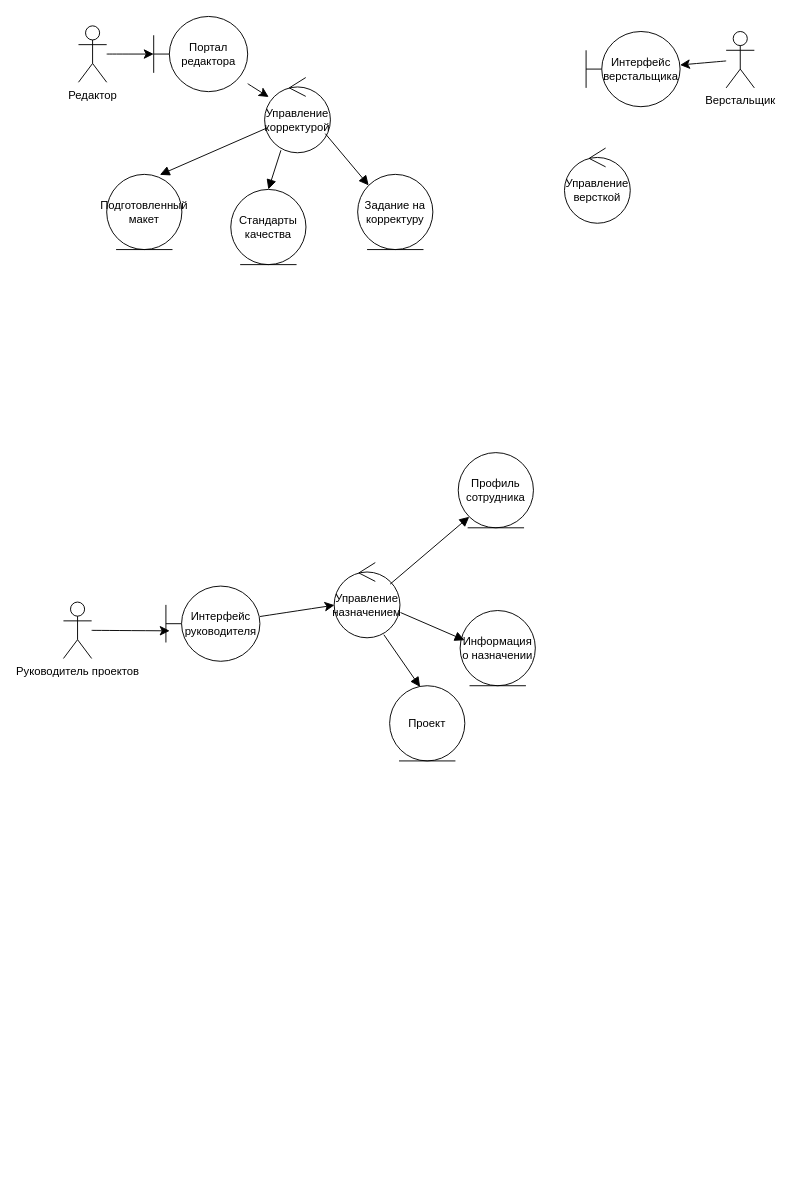
Above: ortps_4_0.drawio in danaddi/draw.io (draw.io), before the change. Source tidied: cells renumbered, new cells numbered last; positions are measured from the earlier drawing's top-left corner, leaving out a move shared by most shapes. Both pictures are drawn from the tidied source at 94%, with x=0, y=0 at pixel (63, 16).
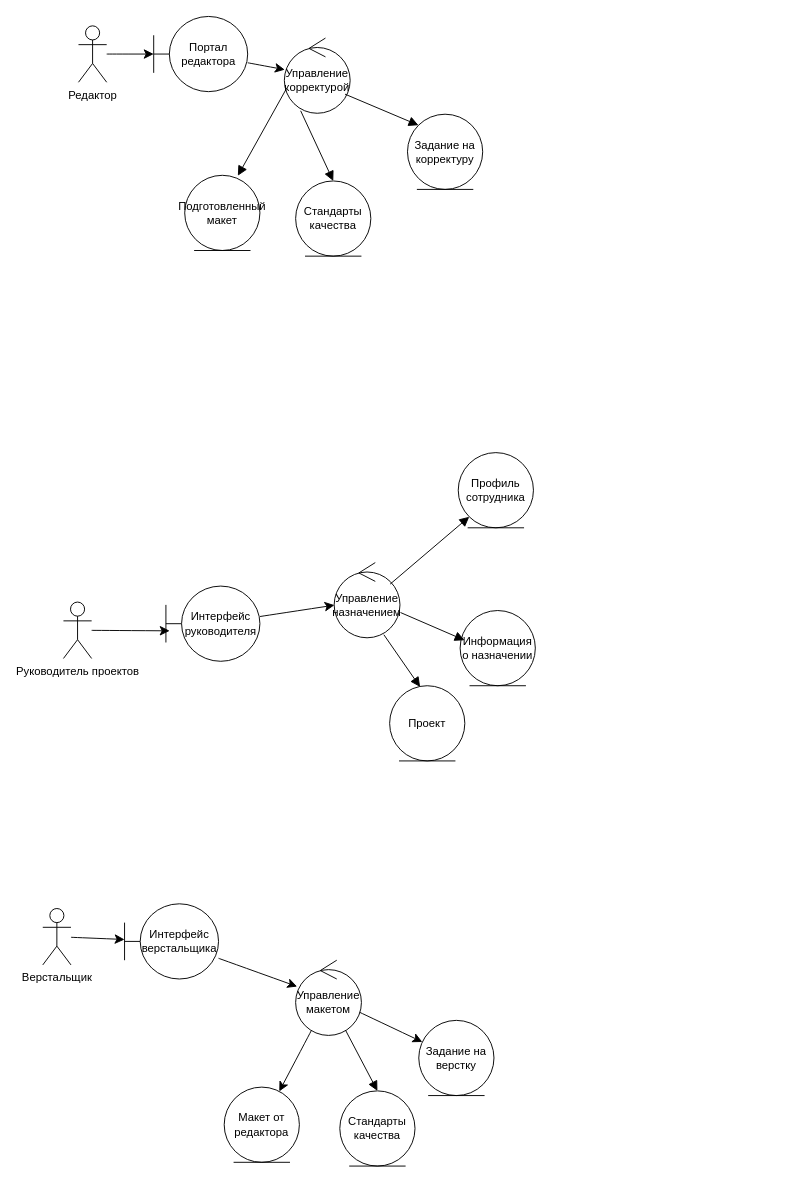
Above is the later version.

Diff of the diagram source:
```diff
@@
     <mxCell id="9" value="Верстальщик" style="shape=umlActor;verticalLabelPosition=bottom;verticalAlign=top;html=1;" parent="1" vertex="1">
-      <mxGeometry x="705" y="16" width="30" height="60" as="geometry" />
+      <mxGeometry x="-22" y="949" width="30" height="60" as="geometry" />
     </mxCell>
@@
+    <mxCell id="28" style="edgeStyle=none;curved=1;rounded=0;jettySize=auto;html=1;fontSize=12;startSize=8;endSize=8;" parent="1" edge="1" source="12" target="14">
+      <mxGeometry relative="1" as="geometry" />
+    </mxCell>
     <mxCell id="12" value="Интерфейс верстальщика" style="shape=umlBoundary;whiteSpace=wrap;html=1;" parent="1" vertex="1">
-      <mxGeometry x="556" y="16" width="100" height="80" as="geometry" />
+      <mxGeometry x="65" y="944" width="100" height="80" as="geometry" />
     </mxCell>
     <mxCell id="13" value="Управление корректурой" style="ellipse;shape=umlControl;whiteSpace=wrap;html=1;" parent="1" vertex="1">
-      <mxGeometry x="214" y="65" width="70" height="80" as="geometry" />
+      <mxGeometry x="235" y="23" width="70" height="80" as="geometry" />
     </mxCell>
+    <mxCell id="29" style="edgeStyle=none;curved=1;rounded=0;jettySize=auto;html=1;fontSize=12;startSize=8;endSize=8;" parent="1" edge="1" source="14" target="32">
+      <mxGeometry relative="1" as="geometry" />
+    </mxCell>
+    <mxCell id="30" style="edgeStyle=none;curved=1;rounded=0;jettySize=auto;html=1;fontSize=12;startSize=8;endSize=8;" parent="1" edge="1" source="14" target="33">
+      <mxGeometry relative="1" as="geometry" />
+    </mxCell>
-    <mxCell id="14" value="Управление версткой" style="ellipse;shape=umlControl;whiteSpace=wrap;html=1;" parent="1" vertex="1">
-      <mxGeometry x="533" y="140" width="70" height="80" as="geometry" />
+    <mxCell id="14" value="Управление макетом" style="ellipse;shape=umlControl;whiteSpace=wrap;html=1;" parent="1" vertex="1">
+      <mxGeometry x="247" y="1004" width="70" height="80" as="geometry" />
     </mxCell>
     <mxCell id="15" value="Стандарты качества" style="ellipse;shape=umlEntity;whiteSpace=wrap;html=1;" parent="1" vertex="1">
-      <mxGeometry x="178" y="184" width="80" height="80" as="geometry" />
+      <mxGeometry x="247" y="175" width="80" height="80" as="geometry" />
     </mxCell>
     <mxCell id="16" value="Подготовленный макет" style="ellipse;shape=umlEntity;whiteSpace=wrap;html=1;" parent="1" vertex="1">
-      <mxGeometry x="46" y="168" width="80" height="80" as="geometry" />
+      <mxGeometry x="129" y="169" width="80" height="80" as="geometry" />
     </mxCell>
     <mxCell id="17" value="Задание на корректуру" style="ellipse;shape=umlEntity;whiteSpace=wrap;html=1;" parent="1" vertex="1">
-      <mxGeometry x="313" y="168" width="80" height="80" as="geometry" />
+      <mxGeometry x="366" y="104" width="80" height="80" as="geometry" />
     </mxCell>
@@
+    <mxCell id="31" value="Стандарты качества" style="ellipse;shape=umlEntity;whiteSpace=wrap;html=1;" parent="1" vertex="1">
+      <mxGeometry x="294" y="1143" width="80" height="80" as="geometry" />
+    </mxCell>
+    <mxCell id="32" value="Макет от редактора" style="ellipse;shape=umlEntity;whiteSpace=wrap;html=1;" parent="1" vertex="1">
+      <mxGeometry x="171" y="1139" width="80" height="80" as="geometry" />
+    </mxCell>
+    <mxCell id="33" value="Задание на верстку" style="ellipse;shape=umlEntity;whiteSpace=wrap;html=1;" parent="1" vertex="1">
+      <mxGeometry x="378" y="1068" width="80" height="80" as="geometry" />
+    </mxCell>
+    <mxCell id="34" style="endArrow=block;endFill=1;html=1;align=left;verticalAlign=top;rounded=0;fontSize=12;startSize=8;endSize=8;entryX=0.5;entryY=0;entryDx=0;entryDy=0;" parent="1" edge="1" source="14" target="31">
+      <mxGeometry x="-1" relative="1" as="geometry" />
+    </mxCell>
```
